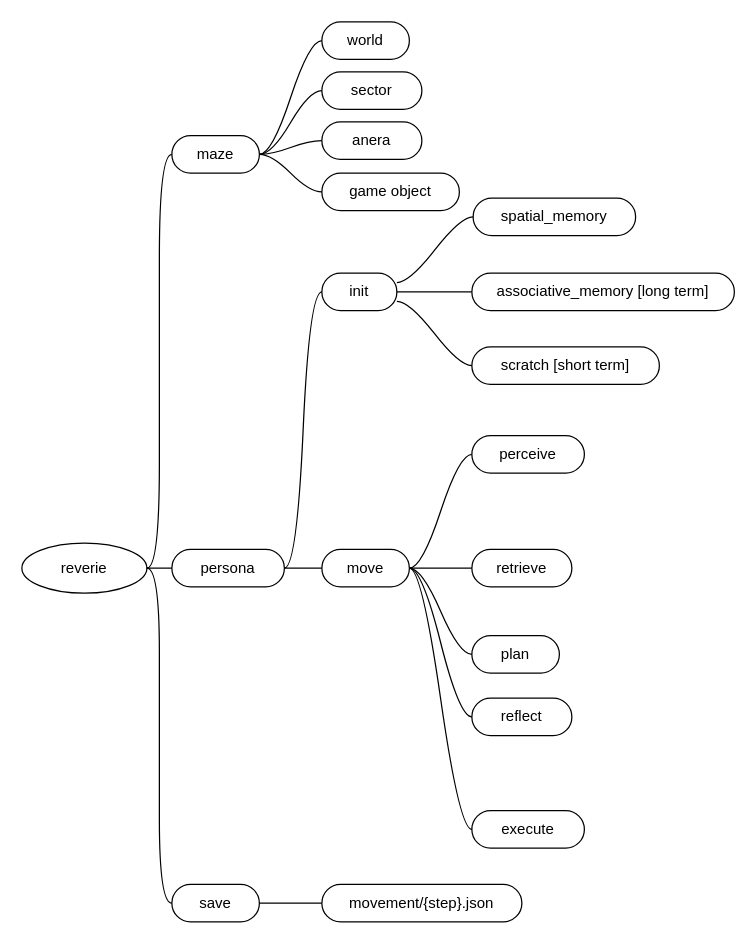
fengchutadie/diagram keeps this draw.io diagram as page "reverie" (1 of 2) of generative_agents.drawio. Above is the earlier version. Source tidied: cells renumbered, new cells numbered last; positions are measured from the earlier drawing's top-left corner, leaving out a move shared by most shapes. Both pictures are drawn from the tidied source at 125%, with x=0, y=0 at pixel (21, 21).
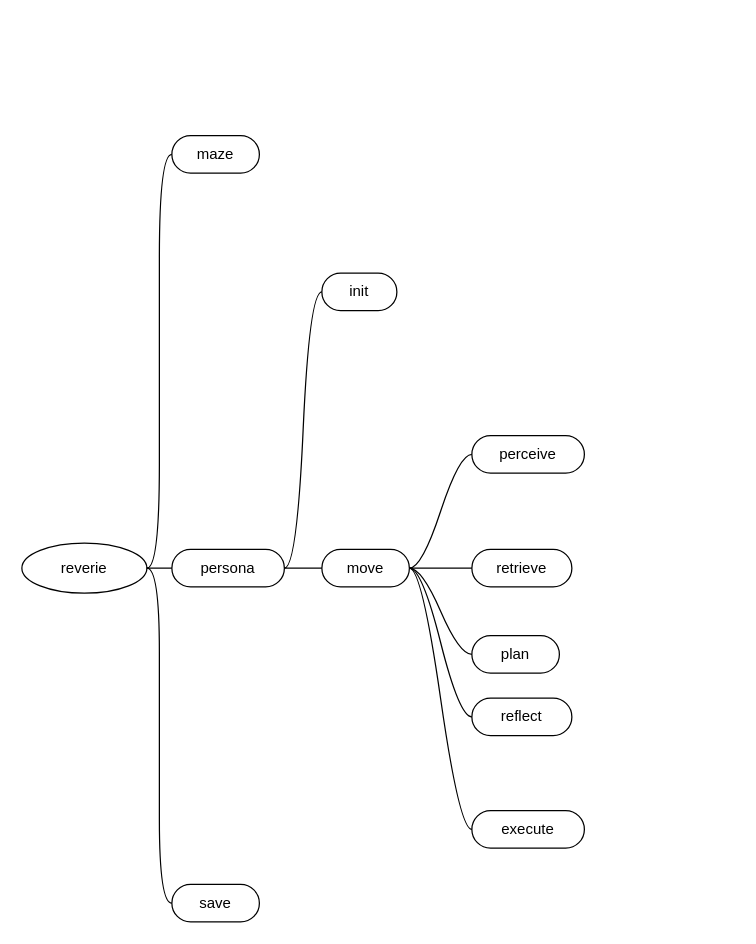
The same page after the edit.

Diff of the diagram source:
```diff
@@
-    <mxCell id="3" value="maze" style="whiteSpace=wrap;html=1;rounded=1;arcSize=50;align=center;verticalAlign=middle;strokeWidth=1;spacing=4;newEdgeStyle={&quot;edgeStyle&quot;:&quot;entityRelationEdgeStyle&quot;,&quot;startArrow&quot;:&quot;none&quot;,&quot;endArrow&quot;:&quot;none&quot;,&quot;segment&quot;:10,&quot;curved&quot;:1,&quot;sourcePerimeterSpacing&quot;:0,&quot;targetPerimeterSpacing&quot;:0};" parent="1" vertex="1">
+    <mxCell id="3" value="maze" style="whiteSpace=wrap;html=1;rounded=1;arcSize=50;align=center;verticalAlign=middle;strokeWidth=1;spacing=4;newEdgeStyle={&quot;edgeStyle&quot;:&quot;entityRelationEdgeStyle&quot;,&quot;startArrow&quot;:&quot;none&quot;,&quot;endArrow&quot;:&quot;none&quot;,&quot;segment&quot;:10,&quot;curved&quot;:1,&quot;sourcePerimeterSpacing&quot;:0,&quot;targetPerimeterSpacing&quot;:0};" parent="1" vertex="1" collapsed="1">
       <mxGeometry x="120" y="91" width="70" height="30" as="geometry" />
     </mxCell>
@@
-    <mxCell id="7" value="init" style="whiteSpace=wrap;html=1;rounded=1;arcSize=50;align=center;verticalAlign=middle;strokeWidth=1;spacing=4;newEdgeStyle={&quot;edgeStyle&quot;:&quot;entityRelationEdgeStyle&quot;,&quot;startArrow&quot;:&quot;none&quot;,&quot;endArrow&quot;:&quot;none&quot;,&quot;segment&quot;:10,&quot;curved&quot;:1,&quot;sourcePerimeterSpacing&quot;:0,&quot;targetPerimeterSpacing&quot;:0};" parent="1" vertex="1">
+    <mxCell id="7" value="init" style="whiteSpace=wrap;html=1;rounded=1;arcSize=50;align=center;verticalAlign=middle;strokeWidth=1;spacing=4;newEdgeStyle={&quot;edgeStyle&quot;:&quot;entityRelationEdgeStyle&quot;,&quot;startArrow&quot;:&quot;none&quot;,&quot;endArrow&quot;:&quot;none&quot;,&quot;segment&quot;:10,&quot;curved&quot;:1,&quot;sourcePerimeterSpacing&quot;:0,&quot;targetPerimeterSpacing&quot;:0};" parent="1" vertex="1" collapsed="1">
       <mxGeometry x="240" y="201" width="60" height="30" as="geometry" />
     </mxCell>
@@
-    <mxCell id="11" value="save" style="whiteSpace=wrap;html=1;rounded=1;arcSize=50;align=center;verticalAlign=middle;strokeWidth=1;spacing=4;newEdgeStyle={&quot;edgeStyle&quot;:&quot;entityRelationEdgeStyle&quot;,&quot;startArrow&quot;:&quot;none&quot;,&quot;endArrow&quot;:&quot;none&quot;,&quot;segment&quot;:10,&quot;curved&quot;:1,&quot;sourcePerimeterSpacing&quot;:0,&quot;targetPerimeterSpacing&quot;:0};" parent="1" vertex="1">
+    <mxCell id="11" value="save" style="whiteSpace=wrap;html=1;rounded=1;arcSize=50;align=center;verticalAlign=middle;strokeWidth=1;spacing=4;newEdgeStyle={&quot;edgeStyle&quot;:&quot;entityRelationEdgeStyle&quot;,&quot;startArrow&quot;:&quot;none&quot;,&quot;endArrow&quot;:&quot;none&quot;,&quot;segment&quot;:10,&quot;curved&quot;:1,&quot;sourcePerimeterSpacing&quot;:0,&quot;targetPerimeterSpacing&quot;:0};" parent="1" vertex="1" collapsed="1">
       <mxGeometry x="120" y="690" width="70" height="30" as="geometry" />
     </mxCell>
@@
-    <mxCell id="23" value="spatial_memory" style="whiteSpace=wrap;html=1;rounded=1;arcSize=50;align=center;verticalAlign=middle;strokeWidth=1;spacing=4;newEdgeStyle={&quot;edgeStyle&quot;:&quot;entityRelationEdgeStyle&quot;,&quot;startArrow&quot;:&quot;none&quot;,&quot;endArrow&quot;:&quot;none&quot;,&quot;segment&quot;:10,&quot;curved&quot;:1,&quot;sourcePerimeterSpacing&quot;:0,&quot;targetPerimeterSpacing&quot;:0};" parent="1" vertex="1">
-      <mxGeometry x="361" y="141" width="130" height="30" as="geometry" />
-    </mxCell>
-    <mxCell id="24" style="edgeStyle=entityRelationEdgeStyle;startArrow=none;endArrow=none;segment=10;curved=1;sourcePerimeterSpacing=0;targetPerimeterSpacing=0;rounded=0;exitX=1;exitY=0.25;exitDx=0;exitDy=0;" parent="1" edge="1" source="7" target="23">
-      <mxGeometry relative="1" as="geometry" />
-    </mxCell>
-    <mxCell id="25" value="associative_memory [long term]" style="whiteSpace=wrap;html=1;rounded=1;arcSize=50;align=center;verticalAlign=middle;strokeWidth=1;spacing=4;newEdgeStyle={&quot;edgeStyle&quot;:&quot;entityRelationEdgeStyle&quot;,&quot;startArrow&quot;:&quot;none&quot;,&quot;endArrow&quot;:&quot;none&quot;,&quot;segment&quot;:10,&quot;curved&quot;:1,&quot;sourcePerimeterSpacing&quot;:0,&quot;targetPerimeterSpacing&quot;:0};" parent="1" vertex="1">
-      <mxGeometry x="360" y="201" width="210" height="30" as="geometry" />
-    </mxCell>
-    <mxCell id="26" style="edgeStyle=entityRelationEdgeStyle;startArrow=none;endArrow=none;segment=10;curved=1;sourcePerimeterSpacing=0;targetPerimeterSpacing=0;rounded=0;exitX=1;exitY=0.5;exitDx=0;exitDy=0;" parent="1" edge="1" source="7" target="25">
-      <mxGeometry relative="1" as="geometry" />
-    </mxCell>
-    <mxCell id="27" value="scratch [short term]" style="whiteSpace=wrap;html=1;rounded=1;arcSize=50;align=center;verticalAlign=middle;strokeWidth=1;spacing=4;newEdgeStyle={&quot;edgeStyle&quot;:&quot;entityRelationEdgeStyle&quot;,&quot;startArrow&quot;:&quot;none&quot;,&quot;endArrow&quot;:&quot;none&quot;,&quot;segment&quot;:10,&quot;curved&quot;:1,&quot;sourcePerimeterSpacing&quot;:0,&quot;targetPerimeterSpacing&quot;:0};direction=south;" parent="1" vertex="1">
-      <mxGeometry x="360" y="260" width="150" height="30" as="geometry" />
-    </mxCell>
-    <mxCell id="28" style="edgeStyle=entityRelationEdgeStyle;startArrow=none;endArrow=none;segment=10;curved=1;sourcePerimeterSpacing=0;targetPerimeterSpacing=0;rounded=0;exitX=1;exitY=0.75;exitDx=0;exitDy=0;" parent="1" edge="1" source="7" target="27">
-      <mxGeometry relative="1" as="geometry" />
-    </mxCell>
-    <mxCell id="29" value="movement/{step}.json" style="whiteSpace=wrap;html=1;rounded=1;arcSize=50;align=center;verticalAlign=middle;strokeWidth=1;spacing=4;newEdgeStyle={&quot;edgeStyle&quot;:&quot;entityRelationEdgeStyle&quot;,&quot;startArrow&quot;:&quot;none&quot;,&quot;endArrow&quot;:&quot;none&quot;,&quot;segment&quot;:10,&quot;curved&quot;:1,&quot;sourcePerimeterSpacing&quot;:0,&quot;targetPerimeterSpacing&quot;:0};" parent="1" vertex="1">
-      <mxGeometry x="240" y="690" width="160" height="30" as="geometry" />
-    </mxCell>
-    <mxCell id="30" style="edgeStyle=entityRelationEdgeStyle;startArrow=none;endArrow=none;segment=10;curved=1;sourcePerimeterSpacing=0;targetPerimeterSpacing=0;rounded=0;" parent="1" edge="1" source="11" target="29">
-      <mxGeometry relative="1" as="geometry" />
-    </mxCell>
-    <mxCell id="31" value="world" style="whiteSpace=wrap;html=1;rounded=1;arcSize=50;align=center;verticalAlign=middle;strokeWidth=1;spacing=4;newEdgeStyle={&quot;edgeStyle&quot;:&quot;entityRelationEdgeStyle&quot;,&quot;startArrow&quot;:&quot;none&quot;,&quot;endArrow&quot;:&quot;none&quot;,&quot;segment&quot;:10,&quot;curved&quot;:1,&quot;sourcePerimeterSpacing&quot;:0,&quot;targetPerimeterSpacing&quot;:0};" parent="1" vertex="1">
-      <mxGeometry x="240" width="70" height="30" as="geometry" />
-    </mxCell>
-    <mxCell id="32" style="edgeStyle=entityRelationEdgeStyle;startArrow=none;endArrow=none;segment=10;curved=1;sourcePerimeterSpacing=0;targetPerimeterSpacing=0;rounded=0;" parent="1" edge="1" source="3" target="31">
-      <mxGeometry relative="1" as="geometry" />
-    </mxCell>
-    <mxCell id="33" value="sector" style="whiteSpace=wrap;html=1;rounded=1;arcSize=50;align=center;verticalAlign=middle;strokeWidth=1;spacing=4;newEdgeStyle={&quot;edgeStyle&quot;:&quot;entityRelationEdgeStyle&quot;,&quot;startArrow&quot;:&quot;none&quot;,&quot;endArrow&quot;:&quot;none&quot;,&quot;segment&quot;:10,&quot;curved&quot;:1,&quot;sourcePerimeterSpacing&quot;:0,&quot;targetPerimeterSpacing&quot;:0};" parent="1" vertex="1">
-      <mxGeometry x="240" y="40" width="80" height="30" as="geometry" />
-    </mxCell>
-    <mxCell id="34" style="edgeStyle=entityRelationEdgeStyle;startArrow=none;endArrow=none;segment=10;curved=1;sourcePerimeterSpacing=0;targetPerimeterSpacing=0;rounded=0;exitX=1;exitY=0.5;exitDx=0;exitDy=0;" parent="1" edge="1" source="3" target="33">
-      <mxGeometry relative="1" as="geometry" />
-    </mxCell>
-    <mxCell id="35" value="anera" style="whiteSpace=wrap;html=1;rounded=1;arcSize=50;align=center;verticalAlign=middle;strokeWidth=1;spacing=4;newEdgeStyle={&quot;edgeStyle&quot;:&quot;entityRelationEdgeStyle&quot;,&quot;startArrow&quot;:&quot;none&quot;,&quot;endArrow&quot;:&quot;none&quot;,&quot;segment&quot;:10,&quot;curved&quot;:1,&quot;sourcePerimeterSpacing&quot;:0,&quot;targetPerimeterSpacing&quot;:0};" parent="1" vertex="1">
-      <mxGeometry x="240" y="80" width="80" height="30" as="geometry" />
-    </mxCell>
-    <mxCell id="36" style="edgeStyle=entityRelationEdgeStyle;startArrow=none;endArrow=none;segment=10;curved=1;sourcePerimeterSpacing=0;targetPerimeterSpacing=0;rounded=0;exitX=1;exitY=0.5;exitDx=0;exitDy=0;" parent="1" edge="1" source="3" target="35">
-      <mxGeometry relative="1" as="geometry" />
-    </mxCell>
-    <mxCell id="37" value="game object" style="whiteSpace=wrap;html=1;rounded=1;arcSize=50;align=center;verticalAlign=middle;strokeWidth=1;spacing=4;newEdgeStyle={&quot;edgeStyle&quot;:&quot;entityRelationEdgeStyle&quot;,&quot;startArrow&quot;:&quot;none&quot;,&quot;endArrow&quot;:&quot;none&quot;,&quot;segment&quot;:10,&quot;curved&quot;:1,&quot;sourcePerimeterSpacing&quot;:0,&quot;targetPerimeterSpacing&quot;:0};" parent="1" vertex="1">
-      <mxGeometry x="240" y="121" width="110" height="30" as="geometry" />
-    </mxCell>
-    <mxCell id="38" style="edgeStyle=entityRelationEdgeStyle;startArrow=none;endArrow=none;segment=10;curved=1;sourcePerimeterSpacing=0;targetPerimeterSpacing=0;rounded=0;exitX=1;exitY=0.5;exitDx=0;exitDy=0;" parent="1" edge="1" source="3" target="37">
-      <mxGeometry relative="1" as="geometry" />
-    </mxCell>
```
